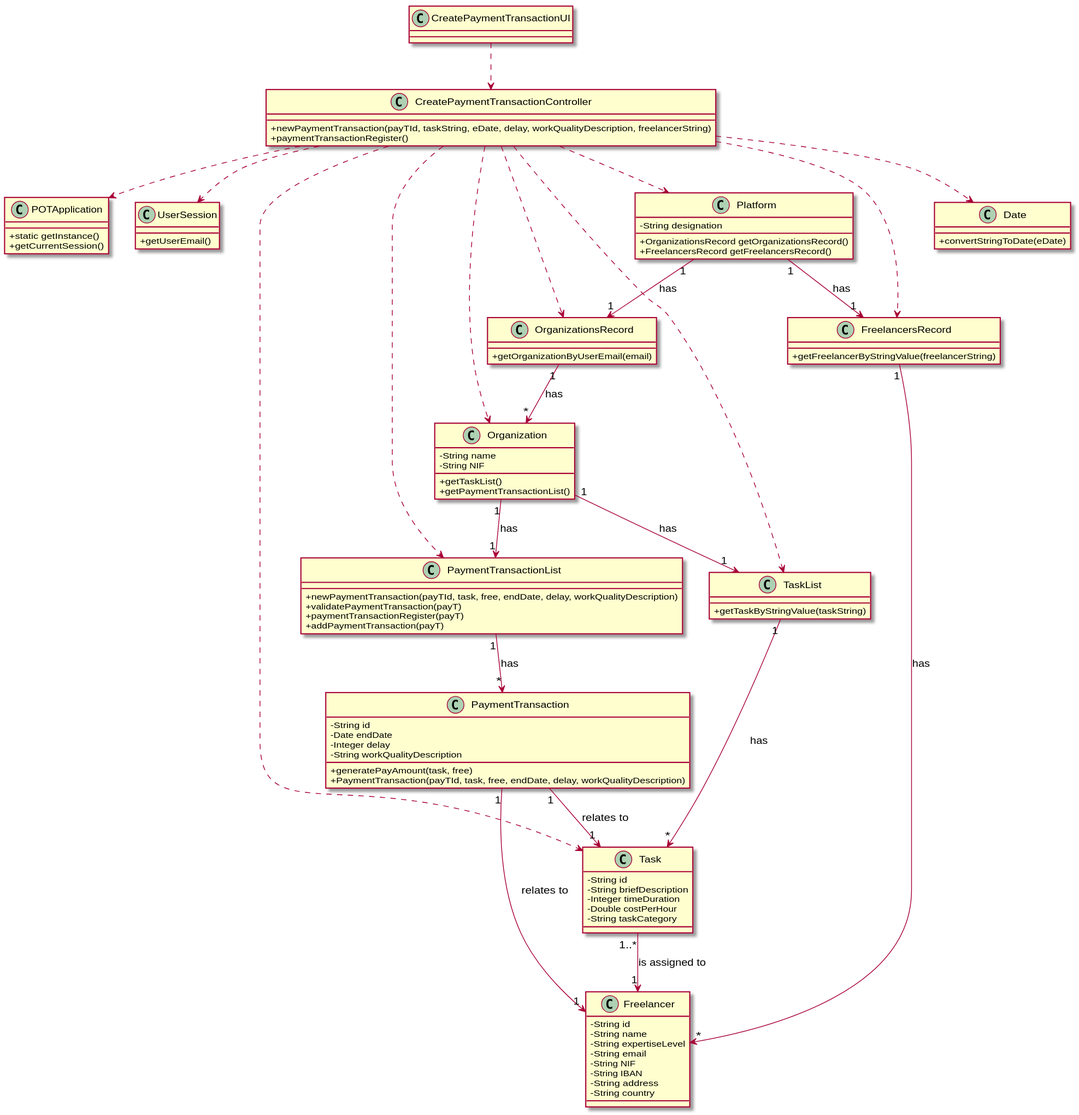
Above: docs/UC3 - Create Payment Transaction/UC3_CD.svg in pedrolemos4/LAPR2 (PlantUML), before the change.
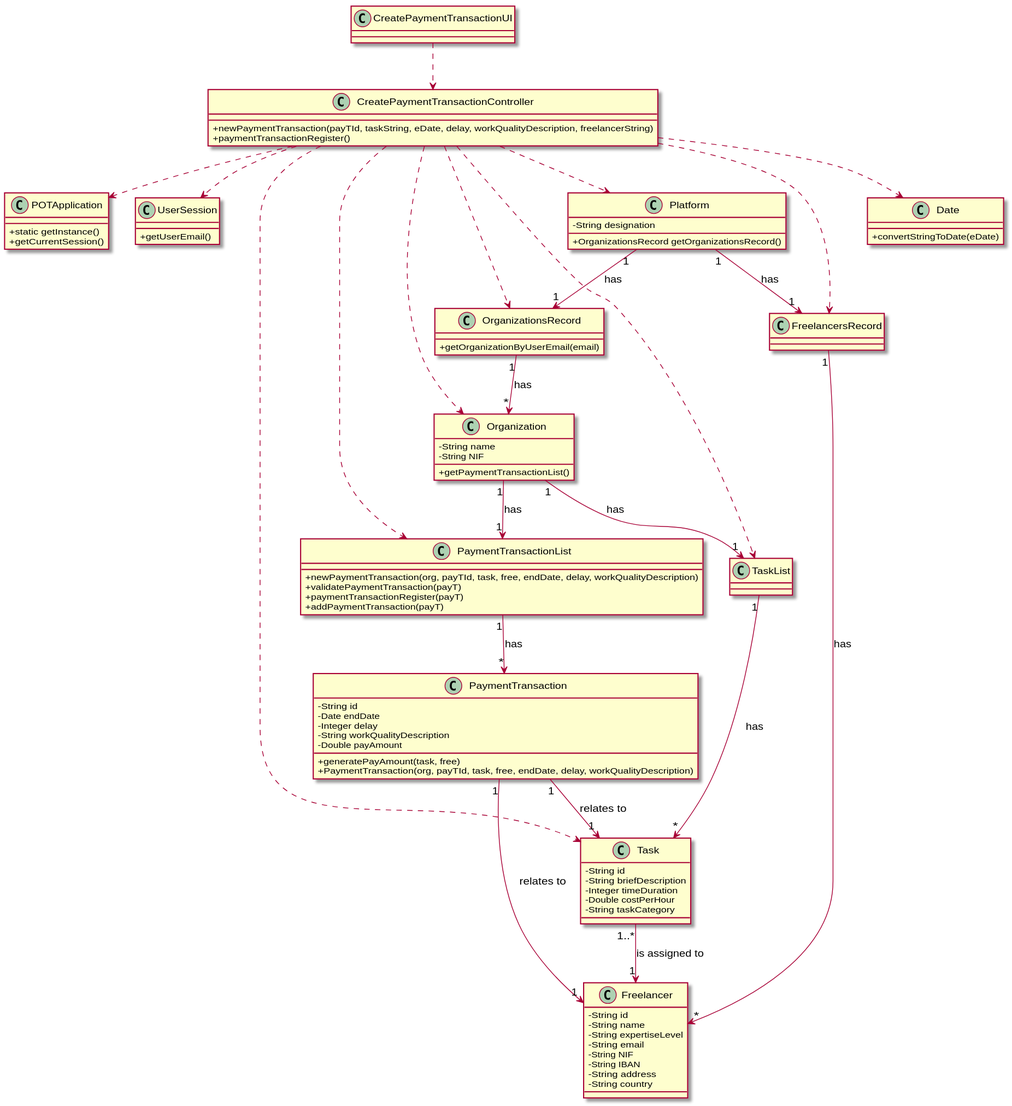
After the commit.

The edit, as a diff of the source:
```diff
@@ -34,23 +34,18 @@
 class Organization {
   -String name
   -String NIF
-  +getTaskList()
   +getPaymentTransactionList()
-
 }
 
 class TaskList {
-  +getTaskByStringValue(taskString)
 }
 
 class Platform {
   -String designation
   +OrganizationsRecord getOrganizationsRecord()
-  +FreelancersRecord getFreelancersRecord()
 }
 
 class FreelancersRecord {
-  +getFreelancerByStringValue(freelancerString)
 }
 
 class OrganizationsRecord {
@@ -70,12 +65,13 @@
   -Date endDate
   -Integer delay
   -String workQualityDescription
+  -Double payAmount
   +generatePayAmount(task, free)
-  +PaymentTransaction(payTId, task, free, endDate, delay, workQualityDescription)
+  +PaymentTransaction(org, payTId, task, free, endDate, delay, workQualityDescription)
 }
 
 class PaymentTransactionList{
-  +newPaymentTransaction(payTId, task, free, endDate, delay, workQualityDescription)
+  +newPaymentTransaction(org, payTId, task, free, endDate, delay, workQualityDescription)
   +validatePaymentTransaction(payT)
   +paymentTransactionRegister(payT)
   +addPaymentTransaction(payT)
```
